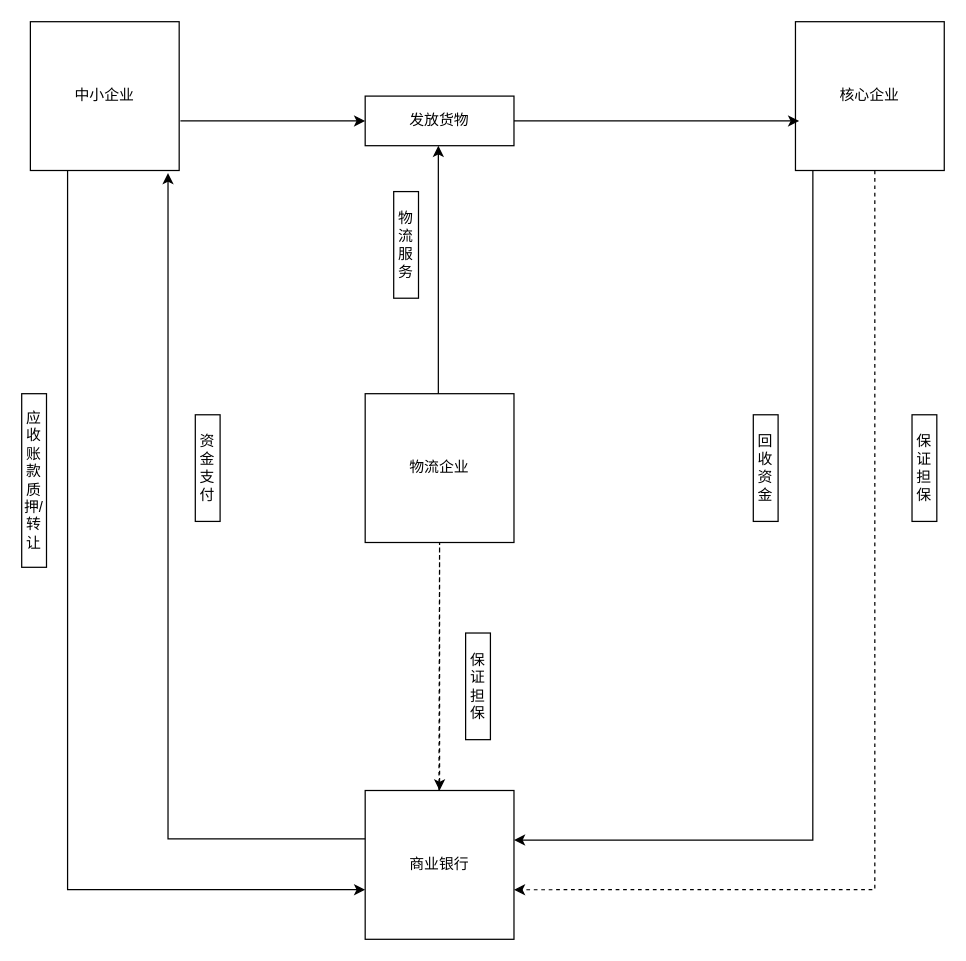
Earlier version of the draw.io diagram 融通仓业务模式.drawio.xml (github1599145301/mr.hu). Source tidied: cells renumbered, new cells numbered last; positions are measured from the earlier drawing's top-left corner, leaving out a move shared by most shapes. Both pictures are drawn from the tidied source at 124%, with x=0, y=0 at pixel (-53, 21).
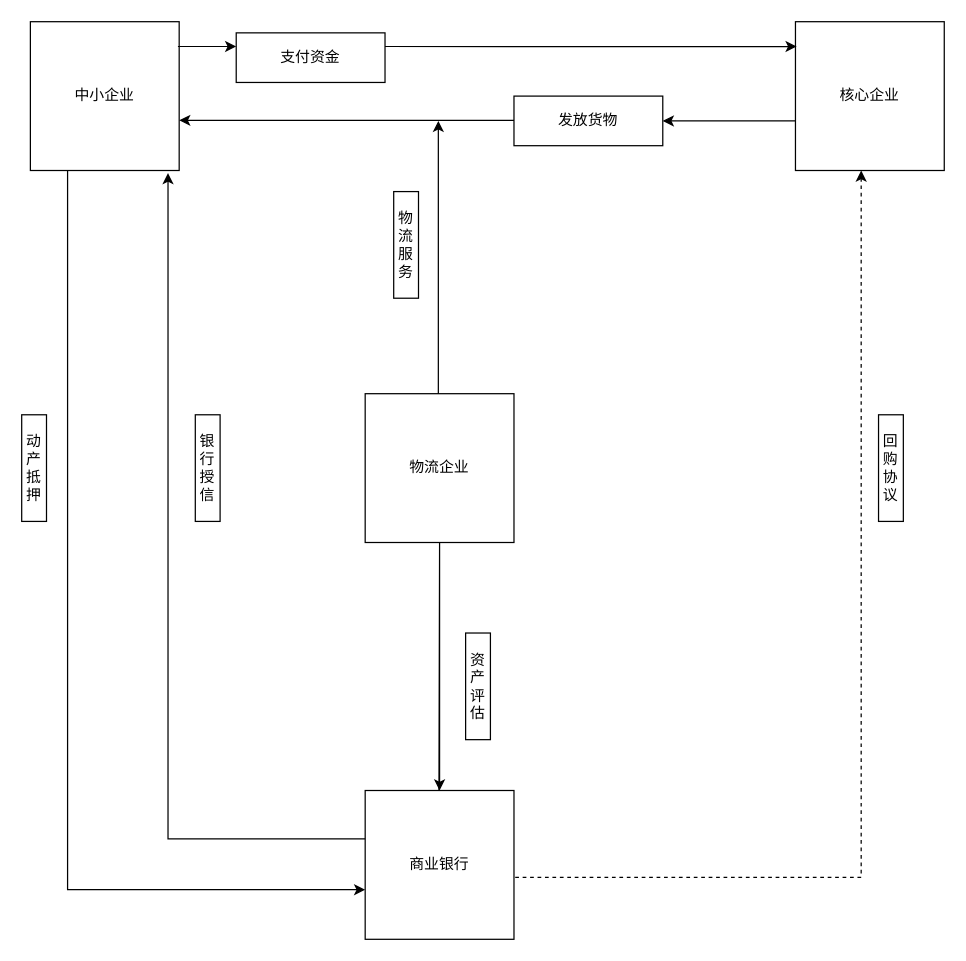
Above is the later version.

Commit message:
更新融通仓业务模式.drawio.xml

The change refers to these unchanged cells:
```xml
<mxCell id="7" value="商业银行" style="whiteSpace=wrap;html=1;" parent="1" vertex="1">
  <mxGeometry x="337" y="620" width="120" height="120" as="geometry" />
</mxCell>
<mxCell id="9" value="核心企业" style="whiteSpace=wrap;html=1;" parent="1" vertex="1">
  <mxGeometry x="684" width="120" height="120" as="geometry" />
</mxCell>
<mxCell id="11" value="中小企业" style="whiteSpace=wrap;html=1;" parent="1" vertex="1">
  <mxGeometry x="67" width="120" height="120" as="geometry" />
</mxCell>
```

Diff of the diagram source:
```diff
@@
     <mxCell id="3" style="endArrow=classic;html=1;rounded=0;" parent="1" edge="1">
       <mxGeometry relative="1" as="geometry">
         <mxPoint x="396" y="300" as="sourcePoint" />
-        <mxPoint x="396" y="100" as="targetPoint" />
+        <mxPoint x="396" y="80" as="targetPoint" />
       </mxGeometry>
     </mxCell>
@@
-    <mxCell id="5" style="endArrow=classic;html=1;rounded=0;dashed=1;" parent="1" edge="1">
+    <mxCell id="5" style="endArrow=classic;html=1;rounded=0;" parent="1" edge="1">
       <mxGeometry relative="1" as="geometry">
         <mxPoint x="396.5" y="620" as="sourcePoint" />
         <mxPoint x="397" y="620" as="targetPoint" />
         <Array as="points">
           <mxPoint x="397" y="420" />
         </Array>
       </mxGeometry>
     </mxCell>
-    <mxCell id="6" value="保证担保" style="rounded=0;whiteSpace=wrap;html=1;rotation=90;horizontal=0;" parent="1" vertex="1">
+    <mxCell id="6" value="资产评估" style="rounded=0;whiteSpace=wrap;html=1;rotation=90;horizontal=0;" parent="1" vertex="1">
       <mxGeometry x="385" y="526" width="86" height="20" as="geometry" />
     </mxCell>
@@
     <mxCell id="8" value="发放货物" style="rounded=0;whiteSpace=wrap;html=1;" parent="1" vertex="1">
-      <mxGeometry x="337" y="60" width="120" height="40" as="geometry" />
+      <mxGeometry x="457" y="60" width="120" height="40" as="geometry" />
     </mxCell>
@@
+    <mxCell id="21" style="edgeStyle=segmentEdgeStyle;endArrow=classic;html=1;rounded=0;dashed=1;" parent="1" edge="1">
+      <mxGeometry relative="1" as="geometry">
+        <mxPoint x="458" y="690" as="sourcePoint" />
+        <mxPoint x="737" y="120" as="targetPoint" />
+        <Array as="points">
+          <mxPoint x="737" y="690" />
+          <mxPoint x="737" y="120" />
+        </Array>
+      </mxGeometry>
+    </mxCell>
-    <mxCell id="10" style="endArrow=classic;html=1;rounded=0;exitX=1;exitY=0.5;exitDx=0;exitDy=0;entryX=0.025;entryY=0.667;entryDx=0;entryDy=0;entryPerimeter=0;" parent="1" edge="1" source="8" target="9">
-      <mxGeometry relative="1" as="geometry" />
+    <mxCell id="10" style="endArrow=classic;html=1;rounded=0;" parent="1" edge="1">
+      <mxGeometry relative="1" as="geometry">
+        <mxPoint x="684" y="80" as="sourcePoint" />
+        <mxPoint x="577" y="80" as="targetPoint" />
+      </mxGeometry>
     </mxCell>
@@
+    <mxCell id="22" style="endArrow=classic;html=1;rounded=0;entryX=1;entryY=0.663;entryDx=0;entryDy=0;entryPerimeter=0;" parent="1" edge="1" target="11">
+      <mxGeometry relative="1" as="geometry">
+        <mxPoint x="457" y="79.5" as="sourcePoint" />
+      </mxGeometry>
+    </mxCell>
+    <mxCell id="23" value="支付资金" style="rounded=0;whiteSpace=wrap;html=1;" parent="1" vertex="1">
+      <mxGeometry x="233" y="9" width="120" height="40" as="geometry" />
+    </mxCell>
+    <mxCell id="24" style="endArrow=classic;html=1;rounded=0;exitX=0.992;exitY=0.158;exitDx=0;exitDy=0;exitPerimeter=0;entryX=0;entryY=0.25;entryDx=0;entryDy=0;" parent="1" edge="1">
+      <mxGeometry relative="1" as="geometry">
+        <mxPoint x="186" y="20" as="sourcePoint" />
+        <mxPoint x="233" y="20" as="targetPoint" />
+      </mxGeometry>
+    </mxCell>
+    <mxCell id="25" style="endArrow=classic;html=1;rounded=0;exitX=0.992;exitY=0.158;exitDx=0;exitDy=0;exitPerimeter=0;entryX=0.008;entryY=0.167;entryDx=0;entryDy=0;entryPerimeter=0;" parent="1" edge="1" target="9">
+      <mxGeometry relative="1" as="geometry">
+        <mxPoint x="353" y="20" as="sourcePoint" />
+      </mxGeometry>
+    </mxCell>
-    <mxCell id="12" value="保证担保" style="rounded=0;whiteSpace=wrap;html=1;rotation=90;horizontal=0;" parent="1" vertex="1">
-      <mxGeometry x="745" y="350" width="86" height="20" as="geometry" />
+    <mxCell id="12" value="回购协议" style="rounded=0;whiteSpace=wrap;html=1;rotation=90;horizontal=0;" parent="1" vertex="1">
+      <mxGeometry x="718" y="350" width="86" height="20" as="geometry" />
     </mxCell>
@@
-    <mxCell id="14" value="资金支付" style="rounded=0;whiteSpace=wrap;html=1;rotation=90;horizontal=0;" parent="1" vertex="1">
+    <mxCell id="14" value="银行授信" style="rounded=0;whiteSpace=wrap;html=1;rotation=90;horizontal=0;" parent="1" vertex="1">
       <mxGeometry x="167" y="350" width="86" height="20" as="geometry" />
     </mxCell>
@@
-    <mxCell id="16" value="应收账款质押/转让" style="rounded=0;whiteSpace=wrap;html=1;rotation=90;horizontal=0;" parent="1" vertex="1">
-      <mxGeometry y="360" width="140" height="20" as="geometry" />
+    <mxCell id="16" value="动产抵押" style="rounded=0;whiteSpace=wrap;html=1;rotation=90;horizontal=0;" parent="1" vertex="1">
+      <mxGeometry x="27" y="350" width="86" height="20" as="geometry" />
     </mxCell>
-    <mxCell id="17" style="endArrow=classic;html=1;rounded=0;exitX=1;exitY=0.5;exitDx=0;exitDy=0;" parent="1" edge="1">
-      <mxGeometry relative="1" as="geometry">
-        <mxPoint x="188" y="80" as="sourcePoint" />
-        <mxPoint x="337" y="80" as="targetPoint" />
-      </mxGeometry>
-    </mxCell>
-    <mxCell id="18" style="edgeStyle=segmentEdgeStyle;endArrow=classic;html=1;rounded=0;exitX=0.117;exitY=1;exitDx=0;exitDy=0;exitPerimeter=0;" parent="1" edge="1" source="9">
-      <mxGeometry relative="1" as="geometry">
-        <mxPoint x="457" y="660" as="targetPoint" />
-        <Array as="points">
-          <mxPoint x="698" y="660" />
-        </Array>
-      </mxGeometry>
-    </mxCell>
-    <mxCell id="19" value="回收资金" style="rounded=0;whiteSpace=wrap;html=1;rotation=90;horizontal=0;" parent="1" vertex="1">
-      <mxGeometry x="617" y="350" width="86" height="20" as="geometry" />
-    </mxCell>
-    <mxCell id="20" style="edgeStyle=segmentEdgeStyle;endArrow=classic;html=1;rounded=0;exitX=0.117;exitY=1;exitDx=0;exitDy=0;exitPerimeter=0;entryX=1;entryY=0.667;entryDx=0;entryDy=0;entryPerimeter=0;dashed=1;" parent="1" edge="1" target="7">
-      <mxGeometry relative="1" as="geometry">
-        <mxPoint x="748" y="120" as="sourcePoint" />
-        <Array as="points">
-          <mxPoint x="748" y="700" />
-        </Array>
-      </mxGeometry>
-    </mxCell>
```
